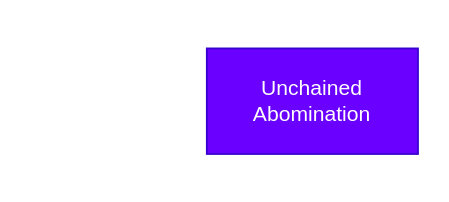
Above: page "Fiend" (2 of 6) of MasterDuel/Monster Types.drawio in valenwave/Drawio (draw.io), before the change. Source tidied: cells renumbered, new cells numbered last; positions are measured from the earlier drawing's top-left corner, leaving out a move shared by most shapes. Both pictures are drawn from the tidied source at 176%, with x=0, y=0 at pixel (206, 48).
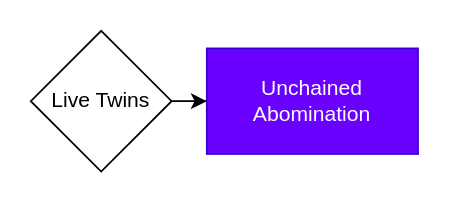
The same diagram, later.

Change to the diagram source:
```diff
@@
 <mxGraphModel>
   <root>
     <mxCell id="0" />
     <mxCell id="1" parent="0" />
     <mxCell id="2" value="Unchained Abomination" style="whiteSpace=wrap;html=1;fillColor=#6a00ff;fontColor=#ffffff;strokeColor=#3700CC;" parent="1" vertex="1">
       <mxGeometry width="120" height="60" as="geometry" />
     </mxCell>
+    <mxCell id="3" style="edgeStyle=orthogonalEdgeStyle;rounded=0;jettySize=auto;html=1;" parent="1" edge="1" source="4" target="2">
+      <mxGeometry relative="1" as="geometry" />
+    </mxCell>
+    <mxCell id="4" value="Live Twins" style="rhombus;whiteSpace=wrap;html=1;" parent="1" vertex="1">
+      <mxGeometry x="-100" y="-10" width="80" height="80" as="geometry" />
+    </mxCell>
   </root>
 </mxGraphModel>
```
